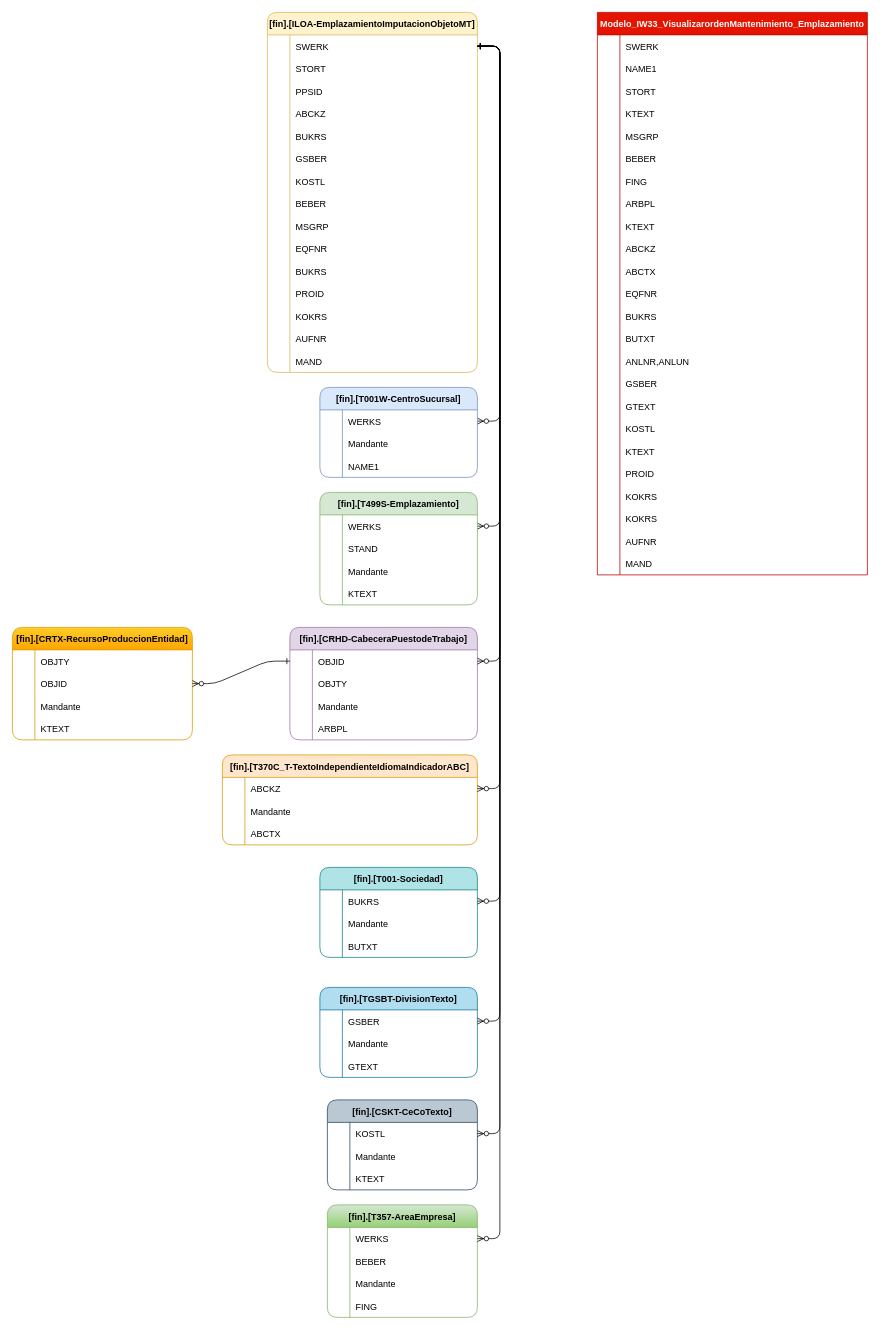
The draw.io diagram IW33_Emplazamiento.drawio in ale230131/ale230131, before the edit. Source tidied: cells renumbered, new cells numbered last; positions are measured from the earlier drawing's top-left corner, leaving out a move shared by most shapes. Both pictures are drawn from the tidied source at 75%, with x=0, y=0 at pixel (12, 12).
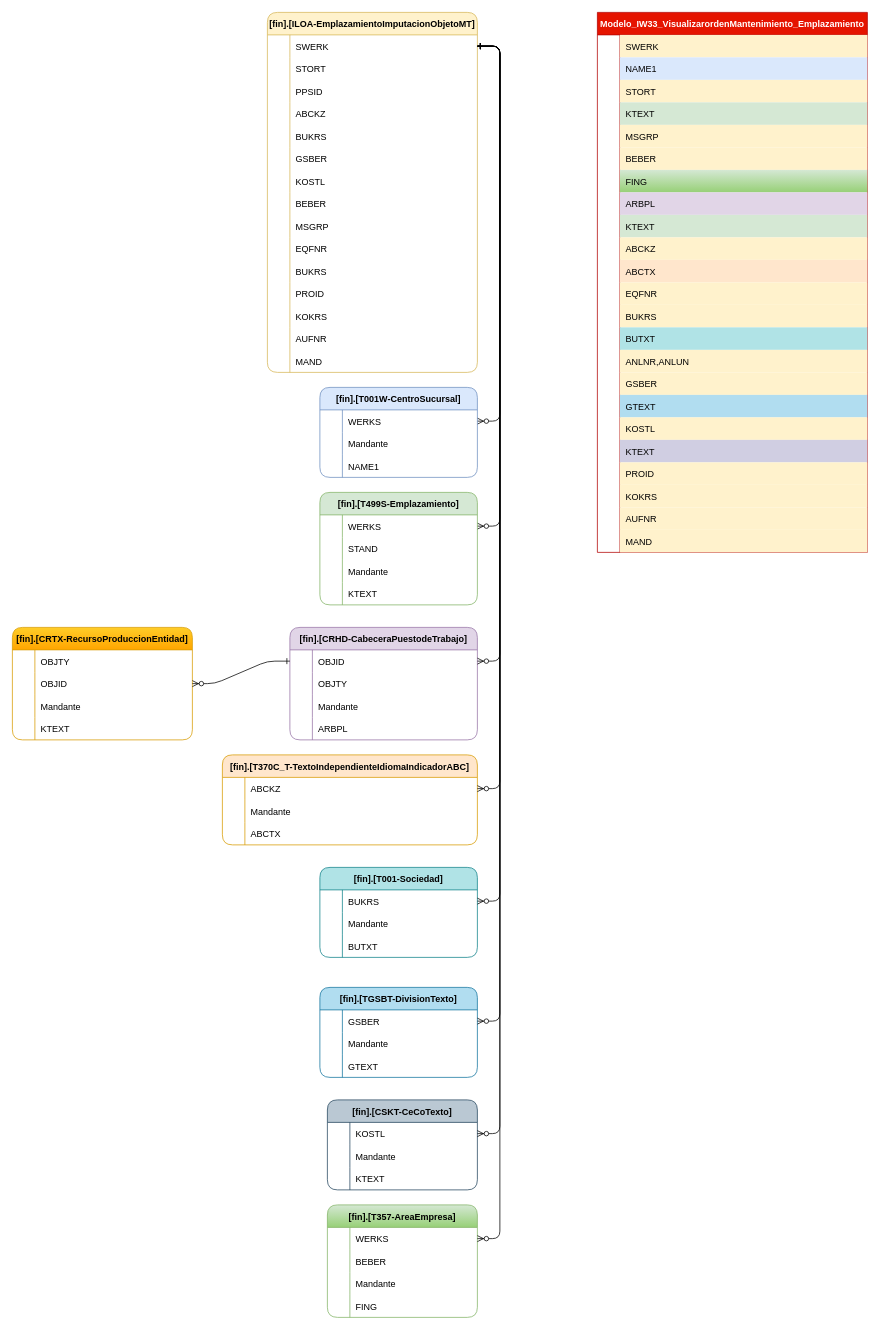
The same diagram, later.

The change refers to these unchanged cells:
```xml
<mxCell id="5" style="shape=tableRow;horizontal=0;startSize=0;swimlaneHead=0;swimlaneBody=0;fillColor=none;strokeColor=inherit;top=0;left=0;right=0;bottom=0;" parent="4" vertex="1">
  <mxGeometry y="30" width="360" height="30" as="geometry" />
</mxCell>
<mxCell id="8" style="shape=tableRow;horizontal=0;startSize=0;swimlaneHead=0;swimlaneBody=0;fillColor=none;strokeColor=inherit;top=0;left=0;right=0;bottom=0;" parent="4" vertex="1">
  <mxGeometry y="60" width="360" height="30" as="geometry" />
</mxCell>
<mxCell id="11" style="shape=tableRow;horizontal=0;startSize=0;swimlaneHead=0;swimlaneBody=0;fillColor=none;strokeColor=inherit;top=0;left=0;right=0;bottom=0;" parent="4" vertex="1">
  <mxGeometry y="90" width="360" height="30" as="geometry" />
</mxCell>
<mxCell id="14" style="shape=tableRow;horizontal=0;startSize=0;swimlaneHead=0;swimlaneBody=0;fillColor=none;strokeColor=inherit;top=0;left=0;right=0;bottom=0;" parent="4" vertex="1">
  <mxGeometry y="120" width="360" height="30" as="geometry" />
</mxCell>
<mxCell id="17" style="shape=tableRow;horizontal=0;startSize=0;swimlaneHead=0;swimlaneBody=0;fillColor=none;strokeColor=inherit;top=0;left=0;right=0;bottom=0;" parent="4" vertex="1">
  <mxGeometry y="150" width="360" height="30" as="geometry" />
</mxCell>
<mxCell id="20" style="shape=tableRow;horizontal=0;startSize=0;swimlaneHead=0;swimlaneBody=0;fillColor=none;strokeColor=inherit;top=0;left=0;right=0;bottom=0;" parent="4" vertex="1">
  <mxGeometry y="180" width="360" height="30" as="geometry" />
</mxCell>
<mxCell id="23" style="shape=tableRow;horizontal=0;startSize=0;swimlaneHead=0;swimlaneBody=0;fillColor=none;strokeColor=inherit;top=0;left=0;right=0;bottom=0;" parent="4" vertex="1">
  <mxGeometry y="210" width="360" height="30" as="geometry" />
</mxCell>
<mxCell id="26" style="shape=tableRow;horizontal=0;startSize=0;swimlaneHead=0;swimlaneBody=0;fillColor=none;strokeColor=inherit;top=0;left=0;right=0;bottom=0;" parent="4" vertex="1">
  <mxGeometry y="240" width="360" height="30" as="geometry" />
</mxCell>
<mxCell id="29" style="shape=tableRow;horizontal=0;startSize=0;swimlaneHead=0;swimlaneBody=0;fillColor=none;strokeColor=inherit;top=0;left=0;right=0;bottom=0;" parent="4" vertex="1">
  <mxGeometry y="270" width="360" height="30" as="geometry" />
</mxCell>
<mxCell id="32" style="shape=tableRow;horizontal=0;startSize=0;swimlaneHead=0;swimlaneBody=0;fillColor=none;strokeColor=inherit;top=0;left=0;right=0;bottom=0;" parent="4" vertex="1">
  <mxGeometry y="300" width="360" height="30" as="geometry" />
</mxCell>
<mxCell id="35" style="shape=tableRow;horizontal=0;startSize=0;swimlaneHead=0;swimlaneBody=0;fillColor=none;strokeColor=inherit;top=0;left=0;right=0;bottom=0;" parent="4" vertex="1">
  <mxGeometry y="330" width="360" height="30" as="geometry" />
</mxCell>
<mxCell id="38" style="shape=tableRow;horizontal=0;startSize=0;swimlaneHead=0;swimlaneBody=0;fillColor=none;strokeColor=inherit;top=0;left=0;right=0;bottom=0;" parent="4" vertex="1">
  <mxGeometry y="360" width="360" height="30" as="geometry" />
</mxCell>
<mxCell id="41" style="shape=tableRow;horizontal=0;startSize=0;swimlaneHead=0;swimlaneBody=0;fillColor=none;strokeColor=inherit;top=0;left=0;right=0;bottom=0;" parent="4" vertex="1">
  <mxGeometry y="390" width="360" height="30" as="geometry" />
</mxCell>
<mxCell id="44" style="shape=tableRow;horizontal=0;startSize=0;swimlaneHead=0;swimlaneBody=0;fillColor=none;strokeColor=inherit;top=0;left=0;right=0;bottom=0;" parent="4" vertex="1">
  <mxGeometry y="420" width="360" height="30" as="geometry" />
</mxCell>
<mxCell id="47" style="shape=tableRow;horizontal=0;startSize=0;swimlaneHead=0;swimlaneBody=0;fillColor=none;strokeColor=inherit;top=0;left=0;right=0;bottom=0;" parent="4" vertex="1">
  <mxGeometry y="450" width="360" height="30" as="geometry" />
</mxCell>
<mxCell id="50" style="shape=tableRow;horizontal=0;startSize=0;swimlaneHead=0;swimlaneBody=0;fillColor=none;strokeColor=inherit;top=0;left=0;right=0;bottom=0;" parent="4" vertex="1">
  <mxGeometry y="480" width="360" height="30" as="geometry" />
</mxCell>
<mxCell id="53" style="shape=tableRow;horizontal=0;startSize=0;swimlaneHead=0;swimlaneBody=0;fillColor=none;strokeColor=inherit;top=0;left=0;right=0;bottom=0;" parent="4" vertex="1">
  <mxGeometry y="510" width="360" height="30" as="geometry" />
</mxCell>
<mxCell id="56" style="shape=tableRow;horizontal=0;startSize=0;swimlaneHead=0;swimlaneBody=0;fillColor=none;strokeColor=inherit;top=0;left=0;right=0;bottom=0;" parent="4" vertex="1">
  <mxGeometry y="540" width="360" height="30" as="geometry" />
</mxCell>
<mxCell id="59" style="shape=tableRow;horizontal=0;startSize=0;swimlaneHead=0;swimlaneBody=0;fillColor=none;strokeColor=inherit;top=0;left=0;right=0;bottom=0;" parent="4" vertex="1">
  <mxGeometry y="570" width="360" height="30" as="geometry" />
</mxCell>
<mxCell id="62" style="shape=tableRow;horizontal=0;startSize=0;swimlaneHead=0;swimlaneBody=0;fillColor=none;strokeColor=inherit;top=0;left=0;right=0;bottom=0;" parent="4" vertex="1">
  <mxGeometry y="600" width="360" height="30" as="geometry" />
</mxCell>
<mxCell id="65" style="shape=tableRow;horizontal=0;startSize=0;swimlaneHead=0;swimlaneBody=0;fillColor=none;strokeColor=inherit;top=0;left=0;right=0;bottom=0;" parent="4" vertex="1">
  <mxGeometry y="630" width="360" height="30" as="geometry" />
</mxCell>
```

What changed in the source:
```diff
@@
     <mxCell id="4" value="Modelo_IW33_VisualizarordenMantenimiento_Emplazamiento" style="shape=table;startSize=30;childLayout=tableLayout;rowLines=0;fontStyle=1;align=center;fillColor=#e51400;fontColor=#ffffff;strokeColor=#B20000;" parent="1" vertex="1">
-      <mxGeometry x="780" width="360" height="750" as="geometry" />
+      <mxGeometry x="780" width="360" height="720" as="geometry" />
     </mxCell>
@@
-    <mxCell id="7" value="SWERK" style="shape=partialRectangle;overflow=hidden;fillColor=none;align=left;strokeColor=inherit;top=0;left=0;bottom=0;right=0;spacingLeft=6;" parent="5" vertex="1">
+    <mxCell id="7" value="SWERK" style="shape=partialRectangle;overflow=hidden;fillColor=#fff2cc;align=left;strokeColor=#d6b656;top=0;left=0;bottom=0;right=0;spacingLeft=6;" parent="5" vertex="1">
       <mxGeometry x="30" width="330" height="30" as="geometry" />
     </mxCell>
@@
-    <mxCell id="10" value="NAME1" style="shape=partialRectangle;overflow=hidden;fillColor=none;align=left;strokeColor=inherit;top=0;left=0;bottom=0;right=0;spacingLeft=6;" parent="8" vertex="1">
+    <mxCell id="10" value="NAME1" style="shape=partialRectangle;overflow=hidden;fillColor=#dae8fc;align=left;strokeColor=#6c8ebf;top=0;left=0;bottom=0;right=0;spacingLeft=6;" parent="8" vertex="1">
       <mxGeometry x="30" width="330" height="30" as="geometry" />
     </mxCell>
@@
-    <mxCell id="13" value="STORT" style="shape=partialRectangle;overflow=hidden;fillColor=none;align=left;strokeColor=inherit;top=0;left=0;bottom=0;right=0;spacingLeft=6;" parent="11" vertex="1">
+    <mxCell id="13" value="STORT" style="shape=partialRectangle;overflow=hidden;fillColor=#fff2cc;align=left;strokeColor=#d6b656;top=0;left=0;bottom=0;right=0;spacingLeft=6;" parent="11" vertex="1">
       <mxGeometry x="30" width="330" height="30" as="geometry" />
     </mxCell>
@@
-    <mxCell id="16" value="KTEXT" style="shape=partialRectangle;overflow=hidden;fillColor=none;align=left;strokeColor=inherit;top=0;left=0;bottom=0;right=0;spacingLeft=6;" parent="14" vertex="1">
+    <mxCell id="16" value="KTEXT" style="shape=partialRectangle;overflow=hidden;fillColor=#d5e8d4;align=left;strokeColor=#82b366;top=0;left=0;bottom=0;right=0;spacingLeft=6;" parent="14" vertex="1">
       <mxGeometry x="30" width="330" height="30" as="geometry" />
     </mxCell>
@@
-    <mxCell id="19" value="MSGRP" style="shape=partialRectangle;overflow=hidden;fillColor=none;align=left;strokeColor=inherit;top=0;left=0;bottom=0;right=0;spacingLeft=6;" parent="17" vertex="1">
+    <mxCell id="19" value="MSGRP" style="shape=partialRectangle;overflow=hidden;fillColor=#fff2cc;align=left;strokeColor=#d6b656;top=0;left=0;bottom=0;right=0;spacingLeft=6;" parent="17" vertex="1">
       <mxGeometry x="30" width="330" height="30" as="geometry" />
     </mxCell>
@@
-    <mxCell id="22" value="BEBER" style="shape=partialRectangle;overflow=hidden;fillColor=none;align=left;strokeColor=inherit;top=0;left=0;bottom=0;right=0;spacingLeft=6;" parent="20" vertex="1">
+    <mxCell id="22" value="BEBER" style="shape=partialRectangle;overflow=hidden;fillColor=#fff2cc;align=left;strokeColor=#d6b656;top=0;left=0;bottom=0;right=0;spacingLeft=6;" parent="20" vertex="1">
       <mxGeometry x="30" width="330" height="30" as="geometry" />
     </mxCell>
@@
-    <mxCell id="25" value="FING" style="shape=partialRectangle;overflow=hidden;fillColor=none;align=left;strokeColor=inherit;top=0;left=0;bottom=0;right=0;spacingLeft=6;" parent="23" vertex="1">
+    <mxCell id="25" value="FING" style="shape=partialRectangle;overflow=hidden;fillColor=#d5e8d4;align=left;strokeColor=#82b366;top=0;left=0;bottom=0;right=0;spacingLeft=6;gradientColor=#97d077;" parent="23" vertex="1">
       <mxGeometry x="30" width="330" height="30" as="geometry" />
     </mxCell>
@@
-    <mxCell id="28" value="ARBPL" style="shape=partialRectangle;overflow=hidden;fillColor=none;align=left;strokeColor=inherit;top=0;left=0;bottom=0;right=0;spacingLeft=6;" parent="26" vertex="1">
+    <mxCell id="28" value="ARBPL" style="shape=partialRectangle;overflow=hidden;fillColor=#e1d5e7;align=left;strokeColor=#9673a6;top=0;left=0;bottom=0;right=0;spacingLeft=6;" parent="26" vertex="1">
       <mxGeometry x="30" width="330" height="30" as="geometry" />
     </mxCell>
@@
-    <mxCell id="31" value="KTEXT" style="shape=partialRectangle;overflow=hidden;fillColor=none;align=left;strokeColor=inherit;top=0;left=0;bottom=0;right=0;spacingLeft=6;" parent="29" vertex="1">
+    <mxCell id="31" value="KTEXT" style="shape=partialRectangle;overflow=hidden;fillColor=#d5e8d4;align=left;strokeColor=#82b366;top=0;left=0;bottom=0;right=0;spacingLeft=6;" parent="29" vertex="1">
       <mxGeometry x="30" width="330" height="30" as="geometry" />
     </mxCell>
@@
-    <mxCell id="34" value="ABCKZ" style="shape=partialRectangle;overflow=hidden;fillColor=none;align=left;strokeColor=inherit;top=0;left=0;bottom=0;right=0;spacingLeft=6;" parent="32" vertex="1">
+    <mxCell id="34" value="ABCKZ" style="shape=partialRectangle;overflow=hidden;fillColor=#fff2cc;align=left;strokeColor=#d6b656;top=0;left=0;bottom=0;right=0;spacingLeft=6;" parent="32" vertex="1">
       <mxGeometry x="30" width="330" height="30" as="geometry" />
     </mxCell>
@@
-    <mxCell id="37" value="ABCTX" style="shape=partialRectangle;overflow=hidden;fillColor=none;align=left;strokeColor=inherit;top=0;left=0;bottom=0;right=0;spacingLeft=6;" parent="35" vertex="1">
+    <mxCell id="37" value="ABCTX" style="shape=partialRectangle;overflow=hidden;fillColor=#ffe6cc;align=left;strokeColor=#d79b00;top=0;left=0;bottom=0;right=0;spacingLeft=6;" parent="35" vertex="1">
       <mxGeometry x="30" width="330" height="30" as="geometry" />
     </mxCell>
@@
-    <mxCell id="40" value="EQFNR" style="shape=partialRectangle;overflow=hidden;fillColor=none;align=left;strokeColor=inherit;top=0;left=0;bottom=0;right=0;spacingLeft=6;" parent="38" vertex="1">
+    <mxCell id="40" value="EQFNR" style="shape=partialRectangle;overflow=hidden;fillColor=#fff2cc;align=left;strokeColor=#d6b656;top=0;left=0;bottom=0;right=0;spacingLeft=6;" parent="38" vertex="1">
       <mxGeometry x="30" width="330" height="30" as="geometry" />
     </mxCell>
@@
-    <mxCell id="43" value="BUKRS" style="shape=partialRectangle;overflow=hidden;fillColor=none;align=left;strokeColor=inherit;top=0;left=0;bottom=0;right=0;spacingLeft=6;" parent="41" vertex="1">
+    <mxCell id="43" value="BUKRS" style="shape=partialRectangle;overflow=hidden;fillColor=#fff2cc;align=left;strokeColor=#d6b656;top=0;left=0;bottom=0;right=0;spacingLeft=6;" parent="41" vertex="1">
       <mxGeometry x="30" width="330" height="30" as="geometry" />
     </mxCell>
@@
-    <mxCell id="46" value="BUTXT" style="shape=partialRectangle;overflow=hidden;fillColor=none;align=left;strokeColor=inherit;top=0;left=0;bottom=0;right=0;spacingLeft=6;" parent="44" vertex="1">
+    <mxCell id="46" value="BUTXT" style="shape=partialRectangle;overflow=hidden;fillColor=#b0e3e6;align=left;strokeColor=#0e8088;top=0;left=0;bottom=0;right=0;spacingLeft=6;" parent="44" vertex="1">
       <mxGeometry x="30" width="330" height="30" as="geometry" />
     </mxCell>
@@
-    <mxCell id="49" value="ANLNR,ANLUN" style="shape=partialRectangle;overflow=hidden;fillColor=none;align=left;strokeColor=inherit;top=0;left=0;bottom=0;right=0;spacingLeft=6;" parent="47" vertex="1">
+    <mxCell id="49" value="ANLNR,ANLUN" style="shape=partialRectangle;overflow=hidden;fillColor=#fff2cc;align=left;strokeColor=#d6b656;top=0;left=0;bottom=0;right=0;spacingLeft=6;" parent="47" vertex="1">
       <mxGeometry x="30" width="330" height="30" as="geometry" />
     </mxCell>
@@
-    <mxCell id="52" value="GSBER" style="shape=partialRectangle;overflow=hidden;fillColor=none;align=left;strokeColor=inherit;top=0;left=0;bottom=0;right=0;spacingLeft=6;" parent="50" vertex="1">
+    <mxCell id="52" value="GSBER" style="shape=partialRectangle;overflow=hidden;fillColor=#fff2cc;align=left;strokeColor=#d6b656;top=0;left=0;bottom=0;right=0;spacingLeft=6;" parent="50" vertex="1">
       <mxGeometry x="30" width="330" height="30" as="geometry" />
     </mxCell>
@@
-    <mxCell id="55" value="GTEXT" style="shape=partialRectangle;overflow=hidden;fillColor=none;align=left;strokeColor=inherit;top=0;left=0;bottom=0;right=0;spacingLeft=6;" parent="53" vertex="1">
+    <mxCell id="55" value="GTEXT" style="shape=partialRectangle;overflow=hidden;fillColor=#b1ddf0;align=left;strokeColor=#10739e;top=0;left=0;bottom=0;right=0;spacingLeft=6;" parent="53" vertex="1">
       <mxGeometry x="30" width="330" height="30" as="geometry" />
     </mxCell>
@@
-    <mxCell id="58" value="KOSTL" style="shape=partialRectangle;overflow=hidden;fillColor=none;align=left;strokeColor=inherit;top=0;left=0;bottom=0;right=0;spacingLeft=6;" parent="56" vertex="1">
+    <mxCell id="58" value="KOSTL" style="shape=partialRectangle;overflow=hidden;fillColor=#fff2cc;align=left;strokeColor=#d6b656;top=0;left=0;bottom=0;right=0;spacingLeft=6;" parent="56" vertex="1">
       <mxGeometry x="30" width="330" height="30" as="geometry" />
     </mxCell>
@@
-    <mxCell id="61" value="KTEXT" style="shape=partialRectangle;overflow=hidden;fillColor=none;align=left;strokeColor=inherit;top=0;left=0;bottom=0;right=0;spacingLeft=6;" parent="59" vertex="1">
+    <mxCell id="61" value="KTEXT" style="shape=partialRectangle;overflow=hidden;fillColor=#d0cee2;align=left;strokeColor=#56517e;top=0;left=0;bottom=0;right=0;spacingLeft=6;" parent="59" vertex="1">
       <mxGeometry x="30" width="330" height="30" as="geometry" />
     </mxCell>
@@
-    <mxCell id="64" value="PROID" style="shape=partialRectangle;overflow=hidden;fillColor=none;align=left;strokeColor=inherit;top=0;left=0;bottom=0;right=0;spacingLeft=6;" parent="62" vertex="1">
+    <mxCell id="64" value="PROID" style="shape=partialRectangle;overflow=hidden;fillColor=#fff2cc;align=left;strokeColor=#d6b656;top=0;left=0;bottom=0;right=0;spacingLeft=6;" parent="62" vertex="1">
       <mxGeometry x="30" width="330" height="30" as="geometry" />
     </mxCell>
@@
-    <mxCell id="67" value="KOKRS" style="shape=partialRectangle;overflow=hidden;fillColor=none;align=left;strokeColor=inherit;top=0;left=0;bottom=0;right=0;spacingLeft=6;" parent="65" vertex="1">
+    <mxCell id="67" value="KOKRS" style="shape=partialRectangle;overflow=hidden;fillColor=#fff2cc;align=left;strokeColor=#d6b656;top=0;left=0;bottom=0;right=0;spacingLeft=6;" parent="65" vertex="1">
       <mxGeometry x="30" width="330" height="30" as="geometry" />
     </mxCell>
-    <mxCell id="68" style="shape=tableRow;horizontal=0;startSize=0;swimlaneHead=0;swimlaneBody=0;fillColor=none;strokeColor=inherit;top=0;left=0;right=0;bottom=0;" parent="4" vertex="1">
-      <mxGeometry y="660" width="360" height="30" as="geometry" />
-    </mxCell>
-    <mxCell id="69" style="shape=partialRectangle;overflow=hidden;fillColor=none;strokeColor=inherit;top=0;left=0;bottom=0;right=0;" parent="68" vertex="1">
-      <mxGeometry width="30" height="30" as="geometry" />
-    </mxCell>
-    <mxCell id="70" value="KOKRS" style="shape=partialRectangle;overflow=hidden;fillColor=none;align=left;strokeColor=inherit;top=0;left=0;bottom=0;right=0;spacingLeft=6;" parent="68" vertex="1">
-      <mxGeometry x="30" width="330" height="30" as="geometry" />
-    </mxCell>
     <mxCell id="71" style="shape=tableRow;horizontal=0;startSize=0;swimlaneHead=0;swimlaneBody=0;fillColor=none;strokeColor=inherit;top=0;left=0;right=0;bottom=0;" parent="4" vertex="1">
-      <mxGeometry y="690" width="360" height="30" as="geometry" />
+      <mxGeometry y="660" width="360" height="30" as="geometry" />
     </mxCell>
@@
-    <mxCell id="73" value="AUFNR" style="shape=partialRectangle;overflow=hidden;fillColor=none;align=left;strokeColor=inherit;top=0;left=0;bottom=0;right=0;spacingLeft=6;" parent="71" vertex="1">
+    <mxCell id="73" value="AUFNR" style="shape=partialRectangle;overflow=hidden;fillColor=#fff2cc;align=left;strokeColor=#d6b656;top=0;left=0;bottom=0;right=0;spacingLeft=6;" parent="71" vertex="1">
       <mxGeometry x="30" width="330" height="30" as="geometry" />
     </mxCell>
     <mxCell id="74" style="shape=tableRow;horizontal=0;startSize=0;swimlaneHead=0;swimlaneBody=0;fillColor=none;strokeColor=inherit;top=0;left=0;right=0;bottom=0;" parent="4" vertex="1">
-      <mxGeometry y="720" width="360" height="30" as="geometry" />
+      <mxGeometry y="690" width="360" height="30" as="geometry" />
     </mxCell>
@@
-    <mxCell id="76" value="MAND" style="shape=partialRectangle;overflow=hidden;fillColor=none;align=left;strokeColor=inherit;top=0;left=0;bottom=0;right=0;spacingLeft=6;" parent="74" vertex="1">
+    <mxCell id="76" value="MAND" style="shape=partialRectangle;overflow=hidden;fillColor=#fff2cc;align=left;strokeColor=#d6b656;top=0;left=0;bottom=0;right=0;spacingLeft=6;" parent="74" vertex="1">
       <mxGeometry x="30" width="330" height="30" as="geometry" />
     </mxCell>
```
